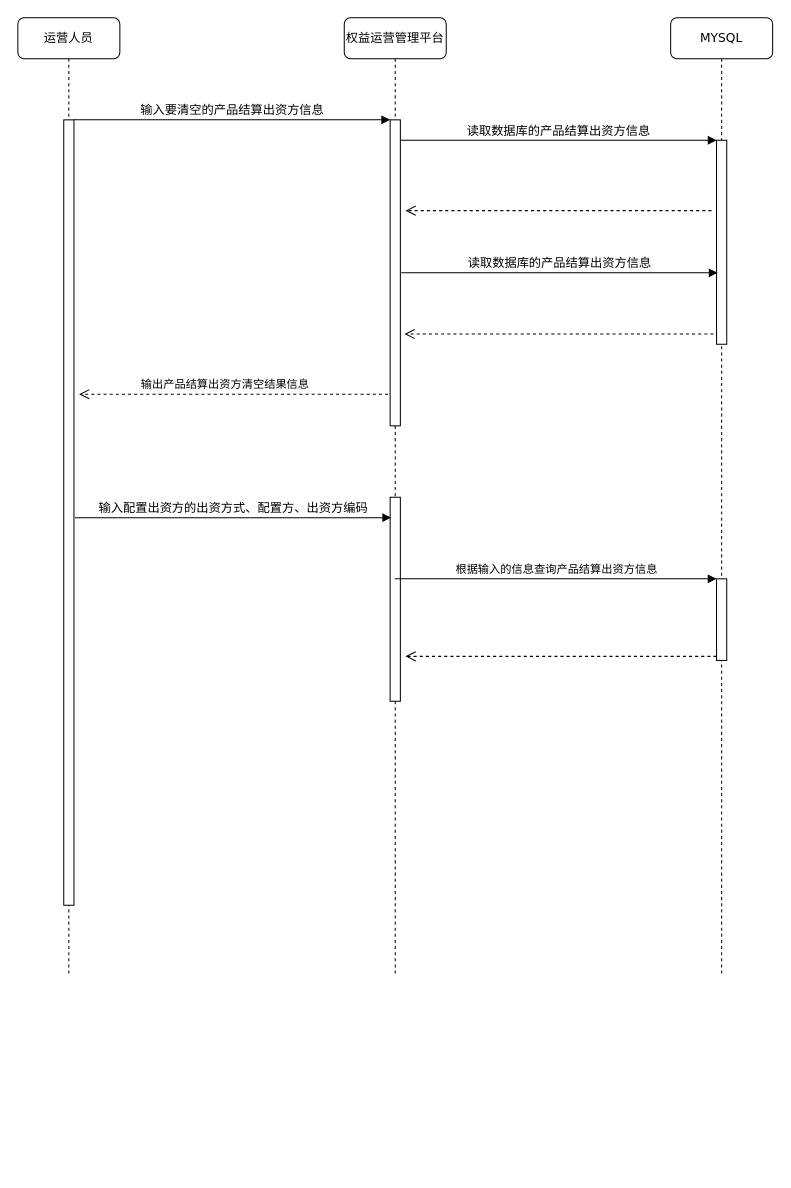
The draw.io diagram page "产品结算出资方清空配置" (1 of 5) of COSMIC.drawio in moshan123/draw, before the edit. Source tidied: cells renumbered, new cells numbered last; positions are measured from the earlier drawing's top-left corner, leaving out a move shared by most shapes. Both pictures are drawn from the tidied source at 102%, with x=0, y=0 at pixel (17, 17).
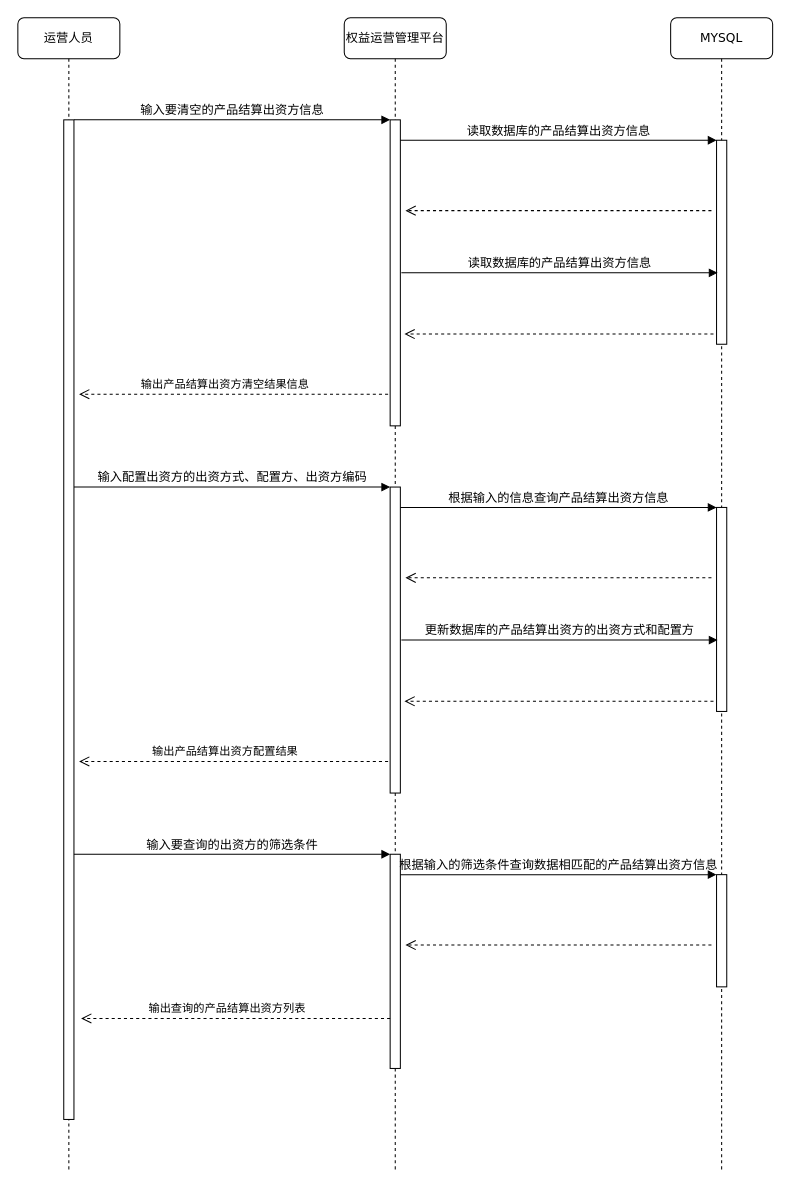
After the change.

Diff of the diagram source:
```diff
@@
     <mxCell id="2" value="权益运营管理平台" style="shape=umlLifeline;perimeter=lifelinePerimeter;whiteSpace=wrap;html=1;outlineConnect=0;rounded=1;shadow=0;comic=0;labelBackgroundColor=none;strokeWidth=1;fontFamily=Verdana;fontSize=12;align=center;" parent="1" vertex="1">
-      <mxGeometry x="320" width="100" height="940" as="geometry" />
+      <mxGeometry x="320" width="100" height="1130" as="geometry" />
     </mxCell>
@@
-    <mxCell id="4" style="html=1;perimeter=orthogonalPerimeter;" parent="2" vertex="1">
-      <mxGeometry x="45" y="470" width="10" height="200" as="geometry" />
-    </mxCell>
     <mxCell id="5" value="MYSQL" style="shape=umlLifeline;perimeter=lifelinePerimeter;whiteSpace=wrap;html=1;rounded=1;shadow=0;comic=0;labelBackgroundColor=none;strokeWidth=1;fontFamily=Verdana;fontSize=12;align=center;" parent="1" vertex="1">
-      <mxGeometry x="640" width="100" height="940" as="geometry" />
+      <mxGeometry x="640" width="100" height="1130" as="geometry" />
     </mxCell>
@@
-    <mxCell id="7" style="html=1;points=[];perimeter=orthogonalPerimeter;" parent="5" vertex="1">
-      <mxGeometry x="45" y="550" width="10" height="80" as="geometry" />
-    </mxCell>
     <mxCell id="8" value="运营人员" style="shape=umlLifeline;perimeter=lifelinePerimeter;whiteSpace=wrap;html=1;rounded=1;shadow=0;comic=0;labelBackgroundColor=none;strokeWidth=1;fontFamily=Verdana;fontSize=12;align=center;" parent="1" vertex="1">
-      <mxGeometry width="100" height="940" as="geometry" />
+      <mxGeometry width="100" height="1130" as="geometry" />
     </mxCell>
     <mxCell id="9" style="html=1;points=[];perimeter=orthogonalPerimeter;rounded=0;shadow=0;comic=0;labelBackgroundColor=none;strokeWidth=1;fontFamily=Verdana;fontSize=12;align=center;" parent="8" vertex="1">
-      <mxGeometry x="45" y="100" width="10" height="770" as="geometry" />
+      <mxGeometry x="45" y="100" width="10" height="980" as="geometry" />
     </mxCell>
@@
+    <mxCell id="20" style="html=1;points=[];perimeter=orthogonalPerimeter;rounded=0;shadow=0;comic=0;labelBackgroundColor=none;strokeWidth=1;fontFamily=Verdana;fontSize=12;align=center;" parent="1" vertex="1">
+      <mxGeometry x="365" y="460" width="10" height="300" as="geometry" />
+    </mxCell>
+    <mxCell id="21" style="html=1;points=[];perimeter=orthogonalPerimeter;rounded=0;shadow=0;comic=0;labelBackgroundColor=none;strokeWidth=1;fontFamily=Verdana;fontSize=12;align=center;" parent="1" vertex="1">
+      <mxGeometry x="685" y="480" width="10" height="200" as="geometry" />
+    </mxCell>
-    <mxCell id="17" value="输入配置出资方的出资方式、配置方、出资方编码" style="html=1;verticalAlign=bottom;endArrow=block;entryX=0;entryY=0;labelBackgroundColor=none;fontFamily=Verdana;fontSize=12;edgeStyle=elbowEdgeStyle;elbow=vertical;" parent="1" edge="1">
+    <mxCell id="17" value="输入配置出资方的出资方式、配置方、出资方编码" style="html=1;verticalAlign=bottom;endArrow=block;entryX=0;entryY=0;labelBackgroundColor=none;fontFamily=Verdana;fontSize=12;edgeStyle=elbowEdgeStyle;elbow=vertical;" parent="1" edge="1" target="20">
       <mxGeometry relative="1" as="geometry">
-        <mxPoint x="56" y="490" as="sourcePoint" />
-        <mxPoint x="366" y="490" as="targetPoint" />
+        <mxPoint x="55" y="460" as="sourcePoint" />
       </mxGeometry>
     </mxCell>
-    <mxCell id="18" value="根据输入的信息查询产品结算出资方信息" style="html=1;verticalAlign=bottom;endArrow=block;entryX=0;entryY=0;" parent="1" edge="1" source="2" target="7">
+    <mxCell id="18" value="根据输入的信息查询产品结算出资方信息" style="html=1;verticalAlign=bottom;endArrow=block;entryX=0;entryY=0;labelBackgroundColor=none;fontFamily=Verdana;fontSize=12;edgeStyle=elbowEdgeStyle;elbow=vertical;" parent="1" edge="1" source="20" target="21">
       <mxGeometry relative="1" as="geometry" />
     </mxCell>
-    <mxCell id="19" style="html=1;verticalAlign=bottom;endArrow=open;dashed=1;endSize=8;exitX=0;exitY=0.95;" parent="1" edge="1" source="7">
-      <mxGeometry relative="1" as="geometry">
-        <mxPoint x="380" y="626" as="targetPoint" />
-      </mxGeometry>
-    </mxCell>
+    <mxCell id="22" style="html=1;verticalAlign=bottom;endArrow=open;dashed=1;endSize=8;" parent="1" edge="1">
+      <mxGeometry relative="1" as="geometry">
+        <mxPoint x="680" y="549" as="sourcePoint" />
+        <mxPoint x="380" y="549" as="targetPoint" />
+      </mxGeometry>
+    </mxCell>
+    <mxCell id="23" value="更新数据库的产品结算出资方的出资方式和配置方" style="html=1;verticalAlign=bottom;endArrow=block;entryX=0;entryY=0;labelBackgroundColor=none;fontFamily=Verdana;fontSize=12;edgeStyle=elbowEdgeStyle;elbow=vertical;" parent="1" edge="1">
+      <mxGeometry relative="1" as="geometry">
+        <mxPoint x="376" y="610" as="sourcePoint" />
+        <mxPoint x="686" y="610" as="targetPoint" />
+      </mxGeometry>
+    </mxCell>
+    <mxCell id="24" style="html=1;verticalAlign=bottom;endArrow=open;dashed=1;endSize=8;entryX=1.2;entryY=0.387;entryDx=0;entryDy=0;entryPerimeter=0;" parent="1" edge="1">
+      <mxGeometry relative="1" as="geometry">
+        <mxPoint x="682" y="670" as="sourcePoint" />
+        <mxPoint x="379" y="670" as="targetPoint" />
+      </mxGeometry>
+    </mxCell>
+    <mxCell id="25" style="html=1;verticalAlign=bottom;endArrow=open;dashed=1;endSize=8;entryX=1.2;entryY=0.387;entryDx=0;entryDy=0;entryPerimeter=0;" parent="1" edge="1">
+      <mxGeometry relative="1" as="geometry">
+        <mxPoint x="363" y="729" as="sourcePoint" />
+        <mxPoint x="60" y="729" as="targetPoint" />
+      </mxGeometry>
+    </mxCell>
+    <mxCell id="26" value="输出产品结算出资方配置结果" style="edgeLabel;html=1;align=center;verticalAlign=middle;" parent="25" vertex="1">
+      <mxGeometry x="0.1" y="-1" relative="1" as="geometry">
+        <mxPoint x="6" y="-10" as="offset" />
+      </mxGeometry>
+    </mxCell>
+    <mxCell id="27" style="html=1;points=[];perimeter=orthogonalPerimeter;rounded=0;shadow=0;comic=0;labelBackgroundColor=none;strokeWidth=1;fontFamily=Verdana;fontSize=12;align=center;" parent="1" vertex="1">
+      <mxGeometry x="365" y="820" width="10" height="210" as="geometry" />
+    </mxCell>
+    <mxCell id="28" style="html=1;points=[];perimeter=orthogonalPerimeter;rounded=0;shadow=0;comic=0;labelBackgroundColor=none;strokeWidth=1;fontFamily=Verdana;fontSize=12;align=center;" parent="1" vertex="1">
+      <mxGeometry x="685" y="840" width="10" height="110" as="geometry" />
+    </mxCell>
+    <mxCell id="29" value="输入要查询的出资方的筛选条件" style="html=1;verticalAlign=bottom;endArrow=block;entryX=0;entryY=0;labelBackgroundColor=none;fontFamily=Verdana;fontSize=12;edgeStyle=elbowEdgeStyle;elbow=vertical;" parent="1" edge="1" target="27">
+      <mxGeometry relative="1" as="geometry">
+        <mxPoint x="55" y="820" as="sourcePoint" />
+      </mxGeometry>
+    </mxCell>
+    <mxCell id="30" value="根据输入的筛选条件查询数据相匹配的产品结算出资方信息" style="html=1;verticalAlign=bottom;endArrow=block;entryX=0;entryY=0;labelBackgroundColor=none;fontFamily=Verdana;fontSize=12;edgeStyle=elbowEdgeStyle;elbow=vertical;" parent="1" edge="1" source="27" target="28">
+      <mxGeometry relative="1" as="geometry" />
+    </mxCell>
+    <mxCell id="31" style="html=1;verticalAlign=bottom;endArrow=open;dashed=1;endSize=8;" parent="1" edge="1">
+      <mxGeometry relative="1" as="geometry">
+        <mxPoint x="680" y="909" as="sourcePoint" />
+        <mxPoint x="380" y="909" as="targetPoint" />
+      </mxGeometry>
+    </mxCell>
+    <mxCell id="32" style="html=1;verticalAlign=bottom;endArrow=open;dashed=1;endSize=8;entryX=1.2;entryY=0.387;entryDx=0;entryDy=0;entryPerimeter=0;" parent="1" edge="1">
+      <mxGeometry relative="1" as="geometry">
+        <mxPoint x="365" y="981" as="sourcePoint" />
+        <mxPoint x="62" y="981" as="targetPoint" />
+      </mxGeometry>
+    </mxCell>
+    <mxCell id="33" value="输出查询的产品结算出资方列表" style="edgeLabel;html=1;align=center;verticalAlign=middle;" parent="32" vertex="1">
+      <mxGeometry x="0.1" y="-1" relative="1" as="geometry">
+        <mxPoint x="6" y="-10" as="offset" />
+      </mxGeometry>
+    </mxCell>
```
